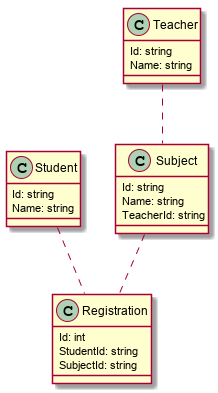
super-speed-training/code-lunch keeps this PlantUML diagram as src/query-basic/ClassDiagram.png. Above is the earlier version. The source it was exported from:
```plantuml
@startuml

class Student {
  Id: string
  Name: string
}

class Teacher {
  Id: string
  Name: string
}

class Subject {
  Id: string
  Name: string
  TeacherId: string
}

class Registration {
  Id: int
  StudentId: string
  SubjectId: string
}

Teacher .. Subject
Student .. Registration
Subject .. Registration

@enduml
```
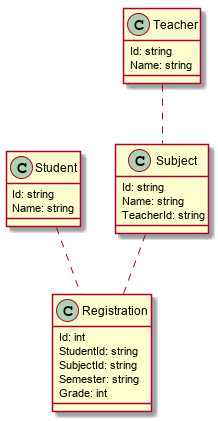
Above is the later version.

Diff of the diagram source:
```diff
@@ -20,6 +20,8 @@
   Id: int
   StudentId: string
   SubjectId: string
+  Semester: string
+  Grade: int
 }
 
 Teacher .. Subject
```
